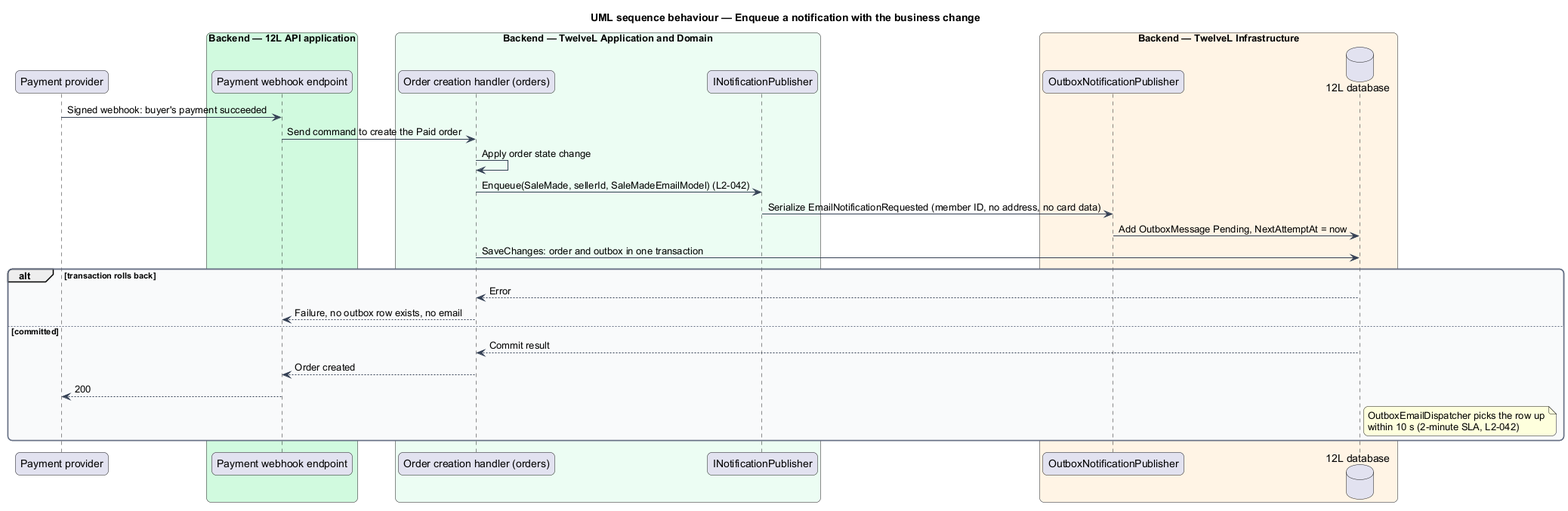
Earlier version of the PlantUML export docs/detailed-designs/notifications/send-email-notifications/diagrams/sequence-enqueue-notification.png (QuinntyneBrown/12l).
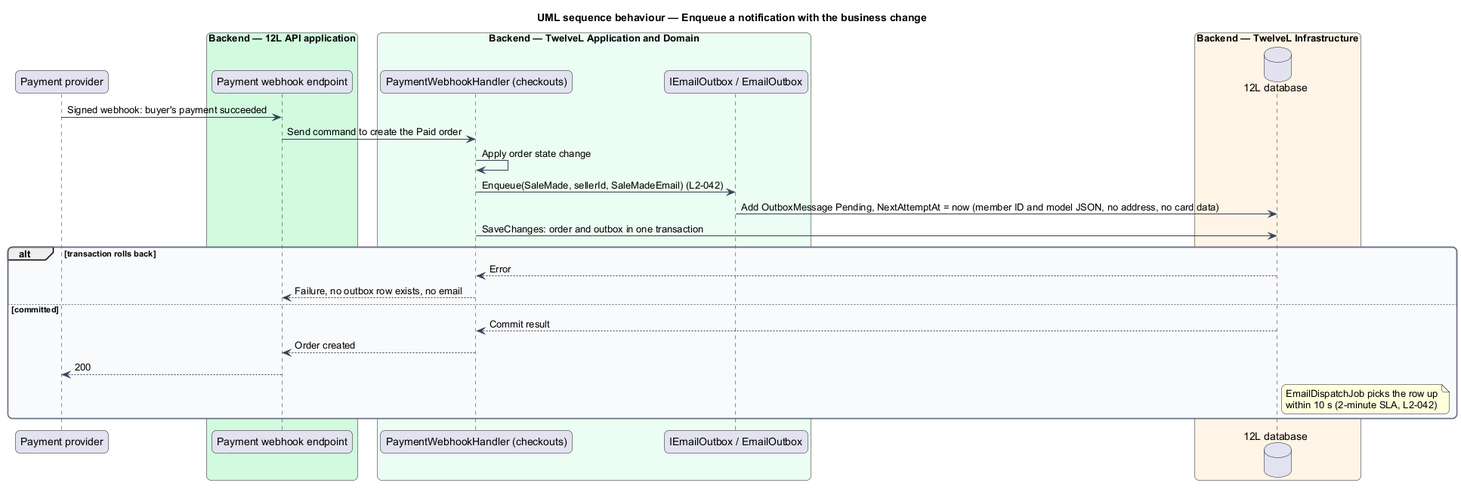
The same file after the commit.

What changed in the source:
```diff
@@ -19,19 +19,17 @@
   participant "Payment webhook endpoint" as controller
 end box
 box "Backend — TwelveL Application and Domain" #ECFDF3
-  participant "Order creation handler (orders)" as handler
-  participant "INotificationPublisher" as publisher
+  participant "PaymentWebhookHandler (checkouts)" as handler
+  participant "IEmailOutbox / EmailOutbox" as publisher
 end box
 box "Backend — TwelveL Infrastructure" #FFF4E5
-  participant "OutboxNotificationPublisher" as outbox
   database "12L database" as db
 end box
 provider -> controller : Signed webhook: buyer's payment succeeded
 controller -> handler : Send command to create the Paid order
 handler -> handler : Apply order state change
-handler -> publisher : Enqueue(SaleMade, sellerId, SaleMadeEmailModel) (L2-042)
-publisher -> outbox : Serialize EmailNotificationRequested (member ID, no address, no card data)
-outbox -> db : Add OutboxMessage Pending, NextAttemptAt = now
+handler -> publisher : Enqueue(SaleMade, sellerId, SaleMadeEmail) (L2-042)
+publisher -> db : Add OutboxMessage Pending, NextAttemptAt = now (member ID and model JSON, no address, no card data)
 handler -> db : SaveChanges: order and outbox in one transaction
 alt transaction rolls back
   db --> handler : Error
@@ -41,7 +39,7 @@
   handler --> controller : Order created
   controller --> provider : 200
   note right of db
-    OutboxEmailDispatcher picks the row up
+    EmailDispatchJob picks the row up
     within 10 s (2-minute SLA, L2-042)
   end note
 end
```
